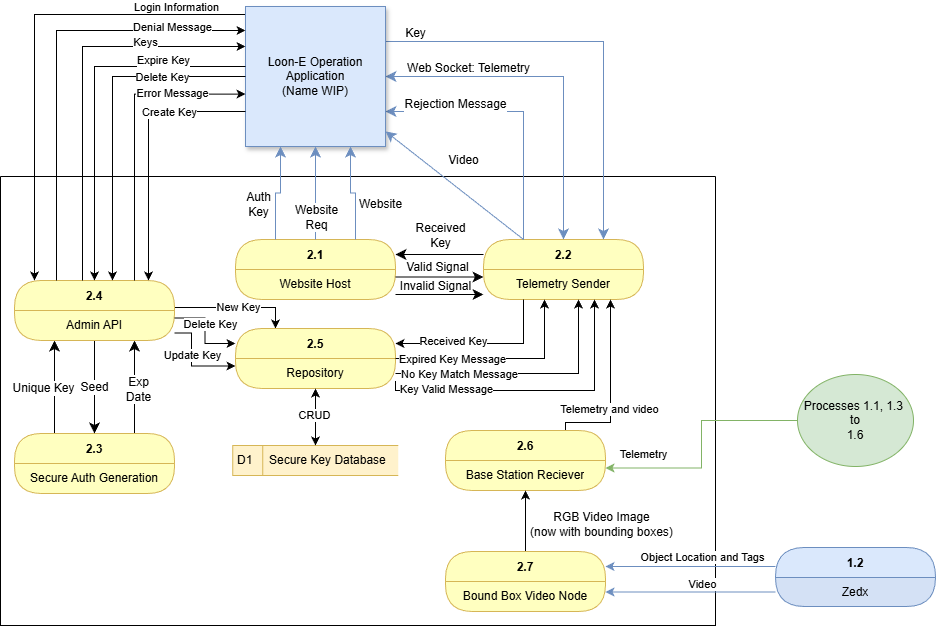
Before: images/dfd2.png, a diagram exported from draw.io (TheFujirose/Loon-E-Guidebook). Source tidied: cells renumbered, new cells last; positions are measured from the earlier drawing's top-left corner, leaving out a move shared by most shapes.
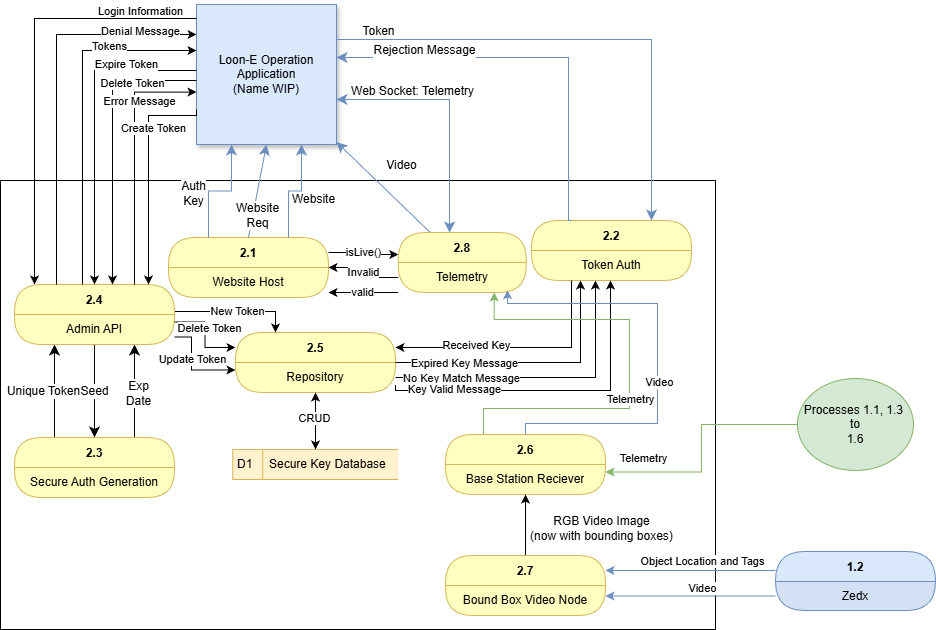
Above is the later version.

The edit, as a diff of the source:
```diff
@@ -7,20 +7,6 @@
     </mxCell>
-    <mxCell id="3" value="2.1" style="swimlane;fontStyle=1;align=center;verticalAlign=middle;horizontal=1;startSize=30;fontColor=#000000;rounded=1;arcSize=30;strokeColor=#D6B656;fillColor=#ffffc0;swimlaneFillColor=#ffffc0;" parent="2" vertex="1">
-      <mxGeometry x="235" y="63" width="160" height="60" as="geometry" />
-    </mxCell>
-    <mxCell id="4" value="Website Host" style="text;html=1;strokeColor=none;fillColor=none;align=center;verticalAlign=middle;spacingLeft=4;spacingRight=4;whiteSpace=wrap;overflow=hidden;fontColor=#000000;" parent="3" vertex="1">
-      <mxGeometry y="30" width="160" height="30" as="geometry" />
-    </mxCell>
-    <mxCell id="5" style="edgeStyle=none;curved=1;rounded=0;jettySize=auto;html=1;exitX=0;exitY=0.25;exitDx=0;exitDy=0;entryX=1;entryY=0.25;entryDx=0;entryDy=0;fontSize=12;startSize=8;endSize=8;" parent="2" edge="1" source="7" target="3">
-      <mxGeometry relative="1" as="geometry" />
-    </mxCell>
-    <mxCell id="6" value="Received&lt;br&gt;Key" style="edgeLabel;html=1;align=center;verticalAlign=middle;fontSize=12;" parent="5" vertex="1">
-      <mxGeometry x="0.04" y="-1" relative="1" as="geometry">
-        <mxPoint x="2" y="-19" as="offset" />
-      </mxGeometry>
-    </mxCell>
     <mxCell id="7" value="2.2" style="swimlane;fontStyle=1;align=center;verticalAlign=middle;horizontal=1;startSize=30;fontColor=#000000;rounded=1;arcSize=30;strokeColor=#D6B656;fillColor=#ffffc0;swimlaneFillColor=#ffffc0;" parent="2" vertex="1">
-      <mxGeometry x="483" y="63" width="160" height="60" as="geometry" />
+      <mxGeometry x="531" y="40" width="160" height="60" as="geometry" />
     </mxCell>
-    <mxCell id="8" value="Telemetry Sender" style="text;html=1;strokeColor=none;fillColor=none;align=center;verticalAlign=middle;spacingLeft=4;spacingRight=4;whiteSpace=wrap;overflow=hidden;fontColor=#000000;" parent="7" vertex="1">
+    <mxCell id="8" value="Token Auth" style="text;html=1;strokeColor=none;fillColor=none;align=center;verticalAlign=middle;spacingLeft=4;spacingRight=4;whiteSpace=wrap;overflow=hidden;fontColor=#000000;" parent="7" vertex="1">
       <mxGeometry y="30" width="160" height="30" as="geometry" />
@@ -35,3 +21,3 @@
     </mxCell>
-    <mxCell id="10" value="Unique Key" style="edgeLabel;html=1;align=center;verticalAlign=middle;fontSize=12;" parent="9" vertex="1">
+    <mxCell id="10" value="Unique Token" style="edgeLabel;html=1;align=center;verticalAlign=middle;fontSize=12;" parent="9" vertex="1">
       <mxGeometry x="0.08" y="3" relative="1" as="geometry">
@@ -72,23 +58,2 @@
     </mxCell>
-    <mxCell id="17" style="edgeStyle=none;curved=1;rounded=0;jettySize=auto;html=1;exitX=1;exitY=0.25;exitDx=0;exitDy=0;entryX=0;entryY=0.25;entryDx=0;entryDy=0;fontSize=12;startSize=8;endSize=8;" parent="2" edge="1" source="4" target="8">
-      <mxGeometry relative="1" as="geometry" />
-    </mxCell>
-    <mxCell id="18" value="Valid Signal" style="edgeLabel;html=1;align=center;verticalAlign=middle;fontSize=12;" parent="17" vertex="1">
-      <mxGeometry x="-0.23" y="1" relative="1" as="geometry">
-        <mxPoint x="7" y="-9" as="offset" />
-      </mxGeometry>
-    </mxCell>
-    <mxCell id="19" style="edgeStyle=orthogonalEdgeStyle;rounded=0;jettySize=auto;html=1;fontSize=12;startSize=8;endSize=8;" parent="2" edge="1" source="3" target="8">
-      <mxGeometry relative="1" as="geometry">
-        <Array as="points">
-          <mxPoint x="460" y="118" />
-          <mxPoint x="460" y="118" />
-        </Array>
-      </mxGeometry>
-    </mxCell>
-    <mxCell id="20" value="Invalid Signal" style="edgeLabel;html=1;align=center;verticalAlign=middle;fontSize=12;" parent="19" vertex="1">
-      <mxGeometry x="-0.53" y="2" relative="1" as="geometry">
-        <mxPoint x="18" y="-7" as="offset" />
-      </mxGeometry>
-    </mxCell>
     <mxCell id="21" value="D1&amp;nbsp; &amp;nbsp; &amp;nbsp;Secure Key Database" style="html=1;dashed=0;whiteSpace=wrap;shape=mxgraph.dfd.dataStoreID;align=left;spacingLeft=3;points=[[0,0],[0.5,0],[1,0],[0,0.5],[1,0.5],[0,1],[0.5,1],[1,1]];fillColor=#fff2cc;strokeColor=#d6b656;" parent="2" vertex="1">
@@ -103,3 +68,3 @@
     </mxCell>
-    <mxCell id="23" value="New Key" style="edgeLabel;html=1;align=center;verticalAlign=middle;" parent="22" vertex="1">
+    <mxCell id="23" value="New Token" style="edgeLabel;html=1;align=center;verticalAlign=middle;" parent="22" vertex="1">
       <mxGeometry x="0.03" y="1" relative="1" as="geometry" />
@@ -127,3 +92,3 @@
         <Array as="points">
-          <mxPoint x="544" y="182" />
+          <mxPoint x="580" y="182" />
         </Array>
@@ -139,3 +104,3 @@
         <Array as="points">
-          <mxPoint x="578" y="197" />
+          <mxPoint x="595" y="197" />
         </Array>
@@ -151,4 +116,4 @@
         <Array as="points">
-          <mxPoint x="395" y="214" />
-          <mxPoint x="594" y="214" />
+          <mxPoint x="395" y="210" />
+          <mxPoint x="610" y="210" />
         </Array>
@@ -164,3 +129,3 @@
     </mxCell>
-    <mxCell id="37" value="Delete Key" style="edgeLabel;html=1;align=center;verticalAlign=middle;" parent="36" vertex="1">
+    <mxCell id="37" value="Delete Token" style="edgeLabel;html=1;align=center;verticalAlign=middle;" parent="36" vertex="1">
       <mxGeometry x="-0.45" relative="1" as="geometry">
@@ -177,3 +142,3 @@
     </mxCell>
-    <mxCell id="39" value="Update Key" style="edgeLabel;html=1;align=center;verticalAlign=middle;" parent="38" vertex="1">
+    <mxCell id="39" value="Update Token" style="edgeLabel;html=1;align=center;verticalAlign=middle;" parent="38" vertex="1">
       <mxGeometry x="0.29" y="1" relative="1" as="geometry">
@@ -188,12 +153,15 @@
     </mxCell>
-    <mxCell id="42" style="edgeStyle=orthogonalEdgeStyle;rounded=0;jettySize=auto;html=1;exitX=0.75;exitY=0;exitDx=0;exitDy=0;" parent="2" edge="1" source="44" target="7">
-      <mxGeometry relative="1" as="geometry">
-        <Array as="points">
-          <mxPoint x="610" y="246" />
-        </Array>
-      </mxGeometry>
-    </mxCell>
-    <mxCell id="43" value="Telemetry and video" style="edgeLabel;html=1;align=center;verticalAlign=middle;" parent="42" vertex="1">
-      <mxGeometry x="-0.24" y="2" relative="1" as="geometry" />
-    </mxCell>
+    <mxCell id="89" style="edgeStyle=orthogonalEdgeStyle;rounded=0;jettySize=auto;html=1;entryX=0.75;entryY=1;entryDx=0;entryDy=0;fillColor=#d5e8d4;strokeColor=#82b366;" parent="2" edge="1" source="44" target="93">
+      <mxGeometry relative="1" as="geometry">
+        <Array as="points">
+          <mxPoint x="483" y="228" />
+          <mxPoint x="629" y="228" />
+          <mxPoint x="629" y="139" />
+          <mxPoint x="494" y="139" />
+        </Array>
+      </mxGeometry>
+    </mxCell>
+    <mxCell id="90" value="Telemetry" style="edgeLabel;html=1;align=center;verticalAlign=middle;" parent="89" vertex="1">
+      <mxGeometry x="-0.14" relative="1" as="geometry" />
+    </mxCell>
     <mxCell id="44" value="2.6" style="swimlane;fontStyle=1;align=center;verticalAlign=middle;horizontal=1;startSize=30;fontColor=#000000;rounded=1;arcSize=30;strokeColor=#D6B656;fillColor=#ffffc0;swimlaneFillColor=#ffffc0;" parent="2" vertex="1">
@@ -216,6 +184,9 @@
     </mxCell>
+    <mxCell id="58" value="Loon-E Operation Application&lt;br&gt;(Name WIP)" style="whiteSpace=wrap;html=1;shadow=1;fillColor=#dae8fc;strokeColor=#6c8ebf;" parent="2" vertex="1">
+      <mxGeometry x="196" y="-176" width="140" height="140" as="geometry" />
+    </mxCell>
-    <mxCell id="50" style="edgeStyle=orthogonalEdgeStyle;rounded=0;jettySize=auto;html=1;exitX=1;exitY=0.25;exitDx=0;exitDy=0;entryX=0.75;entryY=0;entryDx=0;entryDy=0;fontSize=12;startSize=8;endSize=8;fillColor=#dae8fc;strokeColor=#6c8ebf;" parent="1" edge="1" source="58" target="7">
+    <mxCell id="50" style="edgeStyle=orthogonalEdgeStyle;rounded=0;jettySize=auto;html=1;exitX=1;exitY=0.25;exitDx=0;exitDy=0;entryX=0.75;entryY=0;entryDx=0;entryDy=0;fontSize=12;startSize=8;endSize=8;fillColor=#dae8fc;strokeColor=#6c8ebf;" parent="2" edge="1" source="58" target="7">
       <mxGeometry relative="1" as="geometry" />
     </mxCell>
-    <mxCell id="51" value="Key" style="edgeLabel;html=1;align=center;verticalAlign=middle;fontSize=12;" parent="50" vertex="1">
+    <mxCell id="51" value="Token" style="edgeLabel;html=1;align=center;verticalAlign=middle;fontSize=12;" parent="50" vertex="1">
       <mxGeometry x="-0.68" y="-1" relative="1" as="geometry">
@@ -224,4 +195,22 @@
     </mxCell>
+    <mxCell id="91" value="isLive()" style="edgeStyle=orthogonalEdgeStyle;rounded=0;jettySize=auto;html=1;exitX=1;exitY=0.25;exitDx=0;exitDy=0;" parent="2" edge="1" source="3" target="92">
+      <mxGeometry relative="1" as="geometry">
+        <Array as="points">
+          <mxPoint x="363" y="72" />
+          <mxPoint x="363" y="74" />
+        </Array>
+      </mxGeometry>
+    </mxCell>
+    <mxCell id="3" value="2.1" style="swimlane;fontStyle=1;align=center;verticalAlign=middle;horizontal=1;startSize=30;fontColor=#000000;rounded=1;arcSize=30;strokeColor=#D6B656;fillColor=#ffffc0;swimlaneFillColor=#ffffc0;" parent="2" vertex="1">
+      <mxGeometry x="168" y="57" width="160" height="60" as="geometry" />
+    </mxCell>
+    <mxCell id="4" value="Website Host" style="text;html=1;strokeColor=none;fillColor=none;align=center;verticalAlign=middle;spacingLeft=4;spacingRight=4;whiteSpace=wrap;overflow=hidden;fontColor=#000000;" parent="3" vertex="1">
+      <mxGeometry y="30" width="160" height="30" as="geometry" />
+    </mxCell>
-    <mxCell id="52" style="edgeStyle=orthogonalEdgeStyle;rounded=0;jettySize=auto;html=1;exitX=1;exitY=0.5;exitDx=0;exitDy=0;entryX=0.5;entryY=0;entryDx=0;entryDy=0;fontSize=12;startSize=8;endSize=8;startArrow=classic;startFill=1;fillColor=#dae8fc;strokeColor=#6c8ebf;" parent="1" edge="1" source="58" target="7">
-      <mxGeometry relative="1" as="geometry" />
+    <mxCell id="52" style="edgeStyle=orthogonalEdgeStyle;rounded=0;jettySize=auto;html=1;fontSize=12;startSize=8;endSize=8;startArrow=classic;startFill=1;fillColor=#dae8fc;strokeColor=#6c8ebf;" parent="2" edge="1" source="58" target="92">
+      <mxGeometry relative="1" as="geometry">
+        <Array as="points">
+          <mxPoint x="449" y="-81" />
+        </Array>
+      </mxGeometry>
     </mxCell>
@@ -229,7 +218,11 @@
       <mxGeometry x="-0.73" y="-4" relative="1" as="geometry">
-        <mxPoint x="36" y="-13" as="offset" />
+        <mxPoint x="42" y="-13" as="offset" />
       </mxGeometry>
     </mxCell>
-    <mxCell id="54" style="edgeStyle=orthogonalEdgeStyle;rounded=0;jettySize=auto;html=1;exitX=1;exitY=0.75;exitDx=0;exitDy=0;entryX=0.25;entryY=0;entryDx=0;entryDy=0;fontSize=12;startSize=8;endSize=8;startArrow=classic;startFill=1;endArrow=none;endFill=0;fillColor=#dae8fc;strokeColor=#6c8ebf;" parent="1" edge="1" source="58" target="7">
-      <mxGeometry relative="1" as="geometry" />
+    <mxCell id="54" style="edgeStyle=orthogonalEdgeStyle;rounded=0;jettySize=auto;html=1;entryX=0.25;entryY=0;entryDx=0;entryDy=0;fontSize=12;startSize=8;endSize=8;startArrow=classic;startFill=1;endArrow=none;endFill=0;fillColor=#dae8fc;strokeColor=#6c8ebf;" parent="2" edge="1" source="58" target="7">
+      <mxGeometry relative="1" as="geometry">
+        <Array as="points">
+          <mxPoint x="568" y="-123" />
+        </Array>
+      </mxGeometry>
     </mxCell>
@@ -240,18 +233,3 @@
     </mxCell>
-    <mxCell id="56" style="edgeStyle=orthogonalEdgeStyle;rounded=0;jettySize=auto;html=1;" parent="1" edge="1" source="58" target="24">
-      <mxGeometry relative="1" as="geometry">
-        <Array as="points">
-          <mxPoint x="34" y="8" />
-        </Array>
-      </mxGeometry>
-    </mxCell>
-    <mxCell id="57" value="Login Information" style="edgeLabel;html=1;align=center;verticalAlign=middle;" parent="56" vertex="1">
-      <mxGeometry x="-0.47" relative="1" as="geometry">
-        <mxPoint x="56" y="-8" as="offset" />
-      </mxGeometry>
-    </mxCell>
-    <mxCell id="58" value="Loon-E Operation Application&lt;br&gt;(Name WIP)" style="whiteSpace=wrap;html=1;shadow=1;fillColor=#dae8fc;strokeColor=#6c8ebf;" parent="1" vertex="1">
-      <mxGeometry x="245" width="140" height="140" as="geometry" />
-    </mxCell>
-    <mxCell id="59" style="edgeStyle=none;curved=1;rounded=0;jettySize=auto;html=1;exitX=0.5;exitY=0;exitDx=0;exitDy=0;entryX=0.5;entryY=1;entryDx=0;entryDy=0;fontSize=12;startSize=8;endSize=8;fillColor=#dae8fc;strokeColor=#6c8ebf;" parent="1" edge="1" source="3" target="58">
+    <mxCell id="59" style="edgeStyle=none;curved=1;rounded=0;jettySize=auto;html=1;exitX=0.5;exitY=0;exitDx=0;exitDy=0;entryX=0.5;entryY=1;entryDx=0;entryDy=0;fontSize=12;startSize=8;endSize=8;fillColor=#dae8fc;strokeColor=#6c8ebf;" parent="2" edge="1" source="3" target="58">
       <mxGeometry relative="1" as="geometry" />
@@ -263,3 +241,3 @@
     </mxCell>
-    <mxCell id="61" style="edgeStyle=orthogonalEdgeStyle;rounded=0;jettySize=auto;html=1;exitX=0.25;exitY=0;exitDx=0;exitDy=0;entryX=0.25;entryY=1;entryDx=0;entryDy=0;fontSize=12;startSize=8;endSize=8;fillColor=#dae8fc;strokeColor=#6c8ebf;" parent="1" edge="1" source="3" target="58">
+    <mxCell id="61" style="edgeStyle=orthogonalEdgeStyle;rounded=0;jettySize=auto;html=1;exitX=0.25;exitY=0;exitDx=0;exitDy=0;entryX=0.25;entryY=1;entryDx=0;entryDy=0;fontSize=12;startSize=8;endSize=8;fillColor=#dae8fc;strokeColor=#6c8ebf;" parent="2" edge="1" source="3" target="58">
       <mxGeometry relative="1" as="geometry" />
@@ -271,3 +249,3 @@
     </mxCell>
-    <mxCell id="63" style="edgeStyle=orthogonalEdgeStyle;rounded=0;jettySize=auto;html=1;exitX=0.75;exitY=0;exitDx=0;exitDy=0;entryX=0.75;entryY=1;entryDx=0;entryDy=0;fontSize=12;startSize=8;endSize=8;fillColor=#dae8fc;strokeColor=#6c8ebf;" parent="1" edge="1" source="3" target="58">
+    <mxCell id="63" style="edgeStyle=orthogonalEdgeStyle;rounded=0;jettySize=auto;html=1;exitX=0.75;exitY=0;exitDx=0;exitDy=0;entryX=0.75;entryY=1;entryDx=0;entryDy=0;fontSize=12;startSize=8;endSize=8;fillColor=#dae8fc;strokeColor=#6c8ebf;" parent="2" edge="1" source="3" target="58">
       <mxGeometry relative="1" as="geometry" />
@@ -279,3 +257,3 @@
     </mxCell>
-    <mxCell id="65" style="edgeStyle=none;curved=1;rounded=0;jettySize=auto;html=1;exitX=0.25;exitY=0;exitDx=0;exitDy=0;fontSize=12;startSize=8;endSize=8;fillColor=#dae8fc;strokeColor=#6c8ebf;" parent="1" edge="1" source="7" target="58">
+    <mxCell id="65" style="edgeStyle=none;curved=1;rounded=0;jettySize=auto;html=1;exitX=0.25;exitY=0;exitDx=0;exitDy=0;fontSize=12;startSize=8;endSize=8;fillColor=#dae8fc;strokeColor=#6c8ebf;" parent="2" edge="1" source="92" target="58">
       <mxGeometry relative="1" as="geometry" />
@@ -287,6 +265,18 @@
     </mxCell>
+    <mxCell id="56" style="edgeStyle=orthogonalEdgeStyle;rounded=0;jettySize=auto;html=1;" parent="2" edge="1" source="58" target="24">
+      <mxGeometry relative="1" as="geometry">
+        <Array as="points">
+          <mxPoint x="34" y="-162" />
+        </Array>
+      </mxGeometry>
+    </mxCell>
+    <mxCell id="57" value="Login Information" style="edgeLabel;html=1;align=center;verticalAlign=middle;" parent="56" vertex="1">
+      <mxGeometry x="-0.47" relative="1" as="geometry">
+        <mxPoint x="56" y="-8" as="offset" />
+      </mxGeometry>
+    </mxCell>
-    <mxCell id="67" style="edgeStyle=orthogonalEdgeStyle;rounded=0;jettySize=auto;html=1;" parent="1" edge="1" source="24" target="58">
+    <mxCell id="67" style="edgeStyle=orthogonalEdgeStyle;rounded=0;jettySize=auto;html=1;" parent="2" edge="1" source="24" target="58">
       <mxGeometry relative="1" as="geometry">
         <Array as="points">
-          <mxPoint x="56" y="24" />
+          <mxPoint x="56" y="-146" />
         </Array>
@@ -299,6 +289,6 @@
     </mxCell>
-    <mxCell id="69" style="edgeStyle=orthogonalEdgeStyle;rounded=0;jettySize=auto;html=1;" parent="1" edge="1" source="24" target="58">
+    <mxCell id="69" style="edgeStyle=orthogonalEdgeStyle;rounded=0;jettySize=auto;html=1;" parent="2" edge="1" source="24" target="58">
       <mxGeometry relative="1" as="geometry">
         <Array as="points">
-          <mxPoint x="82" y="40" />
+          <mxPoint x="82" y="-130" />
         </Array>
@@ -306,3 +296,3 @@
     </mxCell>
-    <mxCell id="70" value="Keys" style="edgeLabel;html=1;align=center;verticalAlign=middle;" parent="69" vertex="1">
+    <mxCell id="70" value="Tokens" style="edgeLabel;html=1;align=center;verticalAlign=middle;" parent="69" vertex="1">
       <mxGeometry x="0.44" y="-2" relative="1" as="geometry">
@@ -311,6 +301,6 @@
     </mxCell>
-    <mxCell id="71" style="edgeStyle=orthogonalEdgeStyle;rounded=0;jettySize=auto;html=1;" parent="1" edge="1" source="58" target="24">
+    <mxCell id="71" style="edgeStyle=orthogonalEdgeStyle;rounded=0;jettySize=auto;html=1;" parent="2" edge="1" source="58" target="24">
       <mxGeometry relative="1" as="geometry">
         <Array as="points">
-          <mxPoint x="94" y="60" />
+          <mxPoint x="94" y="-110" />
         </Array>
@@ -318,3 +308,3 @@
     </mxCell>
-    <mxCell id="72" value="Expire Key" style="edgeLabel;html=1;align=center;verticalAlign=middle;" parent="71" vertex="1">
+    <mxCell id="72" value="Expire Token" style="edgeLabel;html=1;align=center;verticalAlign=middle;" parent="71" vertex="1">
       <mxGeometry x="-0.47" y="-2" relative="1" as="geometry">
@@ -323,6 +313,6 @@
     </mxCell>
-    <mxCell id="73" style="edgeStyle=orthogonalEdgeStyle;rounded=0;jettySize=auto;html=1;" parent="1" edge="1" source="58" target="24">
+    <mxCell id="73" style="edgeStyle=orthogonalEdgeStyle;rounded=0;jettySize=auto;html=1;" parent="2" edge="1" source="58" target="24">
       <mxGeometry relative="1" as="geometry">
         <Array as="points">
-          <mxPoint x="112" y="70" />
+          <mxPoint x="112" y="-100" />
         </Array>
@@ -330,3 +320,3 @@
     </mxCell>
-    <mxCell id="74" value="Delete Key" style="edgeLabel;html=1;align=center;verticalAlign=middle;" parent="73" vertex="1">
+    <mxCell id="74" value="Delete Token" style="edgeLabel;html=1;align=center;verticalAlign=middle;" parent="73" vertex="1">
       <mxGeometry x="-0.4" y="1" relative="1" as="geometry">
@@ -335,3 +325,3 @@
     </mxCell>
-    <mxCell id="75" style="edgeStyle=orthogonalEdgeStyle;rounded=0;jettySize=auto;html=1;exitX=0.75;exitY=0;exitDx=0;exitDy=0;entryX=0;entryY=0.626;entryDx=0;entryDy=0;entryPerimeter=0;" parent="1" edge="1" source="24" target="58">
+    <mxCell id="75" style="edgeStyle=orthogonalEdgeStyle;rounded=0;jettySize=auto;html=1;exitX=0.75;exitY=0;exitDx=0;exitDy=0;entryX=0;entryY=0.626;entryDx=0;entryDy=0;entryPerimeter=0;" parent="2" edge="1" source="24" target="58">
       <mxGeometry relative="1" as="geometry" />
@@ -343,6 +333,6 @@
     </mxCell>
-    <mxCell id="77" style="edgeStyle=orthogonalEdgeStyle;rounded=0;jettySize=auto;html=1;exitX=0;exitY=0.75;exitDx=0;exitDy=0;" parent="1" edge="1" source="58" target="24">
+    <mxCell id="77" style="edgeStyle=orthogonalEdgeStyle;rounded=0;jettySize=auto;html=1;exitX=0;exitY=0.75;exitDx=0;exitDy=0;" parent="2" edge="1" source="58" target="24">
       <mxGeometry relative="1" as="geometry">
         <Array as="points">
-          <mxPoint x="148" y="105" />
+          <mxPoint x="148" y="-65" />
         </Array>
@@ -350,3 +340,3 @@
     </mxCell>
-    <mxCell id="78" value="Create Key" style="edgeLabel;html=1;align=center;verticalAlign=middle;" parent="77" vertex="1">
+    <mxCell id="78" value="Create Token" style="edgeLabel;html=1;align=center;verticalAlign=middle;" parent="77" vertex="1">
       <mxGeometry x="-0.4" y="1" relative="1" as="geometry">
@@ -355,2 +345,32 @@
     </mxCell>
+    <mxCell id="92" value="2.8" style="swimlane;fontStyle=1;align=center;verticalAlign=middle;horizontal=1;startSize=30;fontColor=#000000;rounded=1;arcSize=30;strokeColor=#D6B656;fillColor=#ffffc0;swimlaneFillColor=#ffffc0;" parent="2" vertex="1">
+      <mxGeometry x="397.8" y="52" width="128" height="60" as="geometry" />
+    </mxCell>
+    <mxCell id="93" value="Telemetry" style="text;html=1;strokeColor=none;fillColor=none;align=center;verticalAlign=middle;spacingLeft=4;spacingRight=4;whiteSpace=wrap;overflow=hidden;fontColor=#000000;" parent="92" vertex="1">
+      <mxGeometry y="30" width="128" height="30" as="geometry" />
+    </mxCell>
+    <mxCell id="94" value="Invalid" style="edgeStyle=orthogonalEdgeStyle;rounded=0;jettySize=auto;html=1;exitX=0;exitY=0.5;exitDx=0;exitDy=0;" parent="2" edge="1" source="93" target="3">
+      <mxGeometry relative="1" as="geometry" />
+    </mxCell>
+    <mxCell id="95" value="valid" style="edgeStyle=orthogonalEdgeStyle;rounded=0;jettySize=auto;html=1;exitX=0;exitY=1;exitDx=0;exitDy=0;" parent="2" edge="1" source="93" target="3">
+      <mxGeometry relative="1" as="geometry">
+        <Array as="points">
+          <mxPoint x="381" y="112" />
+          <mxPoint x="381" y="112" />
+        </Array>
+      </mxGeometry>
+    </mxCell>
+    <mxCell id="96" style="edgeStyle=orthogonalEdgeStyle;rounded=0;jettySize=auto;html=1;exitX=0.5;exitY=0;exitDx=0;exitDy=0;entryX=0.854;entryY=0.927;entryDx=0;entryDy=0;entryPerimeter=0;fillColor=#dae8fc;strokeColor=#6c8ebf;" parent="2" edge="1" source="44" target="93">
+      <mxGeometry relative="1" as="geometry">
+        <Array as="points">
+          <mxPoint x="525" y="243" />
+          <mxPoint x="657" y="243" />
+          <mxPoint x="657" y="123" />
+          <mxPoint x="507" y="123" />
+        </Array>
+      </mxGeometry>
+    </mxCell>
+    <mxCell id="97" value="Video" style="edgeLabel;html=1;align=center;verticalAlign=middle;" parent="96" vertex="1">
+      <mxGeometry x="-0.13" y="-1" relative="1" as="geometry" />
+    </mxCell>
     <mxCell id="79" style="edgeStyle=orthogonalEdgeStyle;rounded=0;jettySize=auto;html=1;exitX=0;exitY=0.5;exitDx=0;exitDy=0;entryX=1;entryY=0.25;entryDx=0;entryDy=0;fillColor=#d5e8d4;strokeColor=#82b366;" parent="1" edge="1" source="81" target="45">
```
